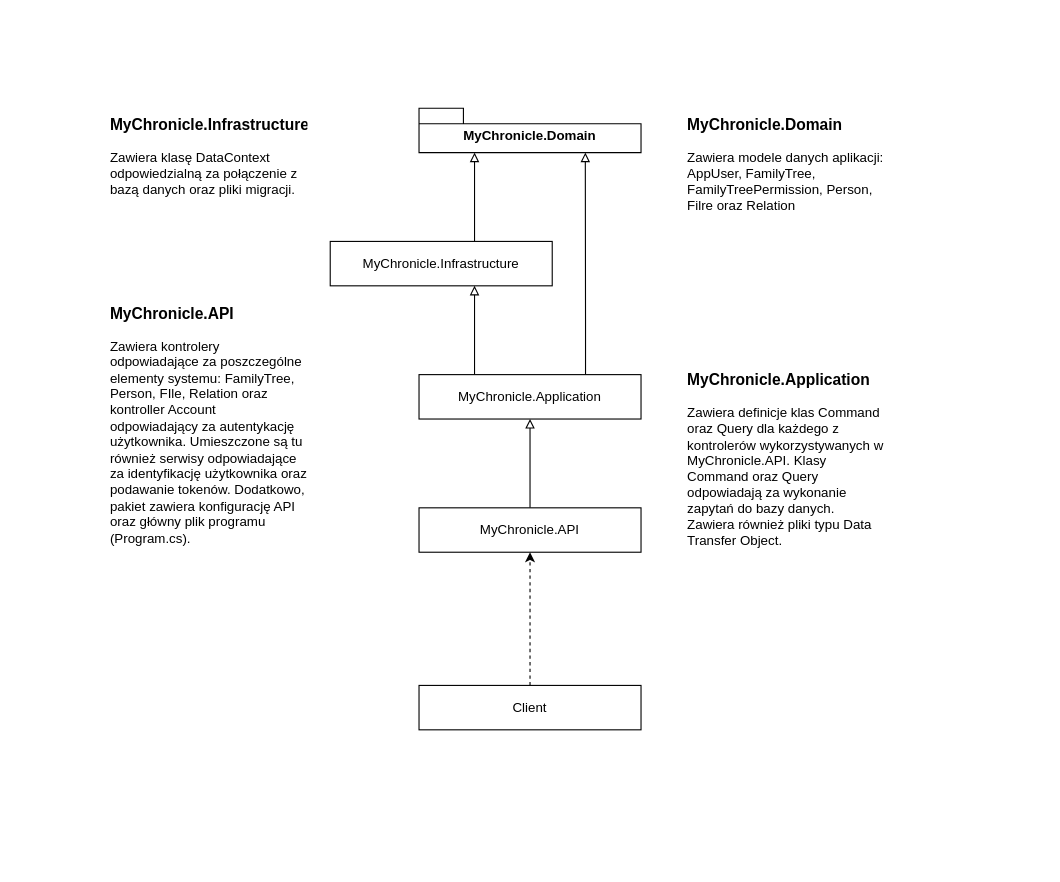
karo-fox/draw-io-diagrams keeps this draw.io diagram as MyChronicleAppDiagram.drawio. Above is the earlier version. Source tidied: cells renumbered, new cells numbered last; positions are measured from the earlier drawing's top-left corner, leaving out a move shared by most shapes. Both pictures are drawn from the tidied source at 111%, with x=0, y=0 at pixel (108, 108).
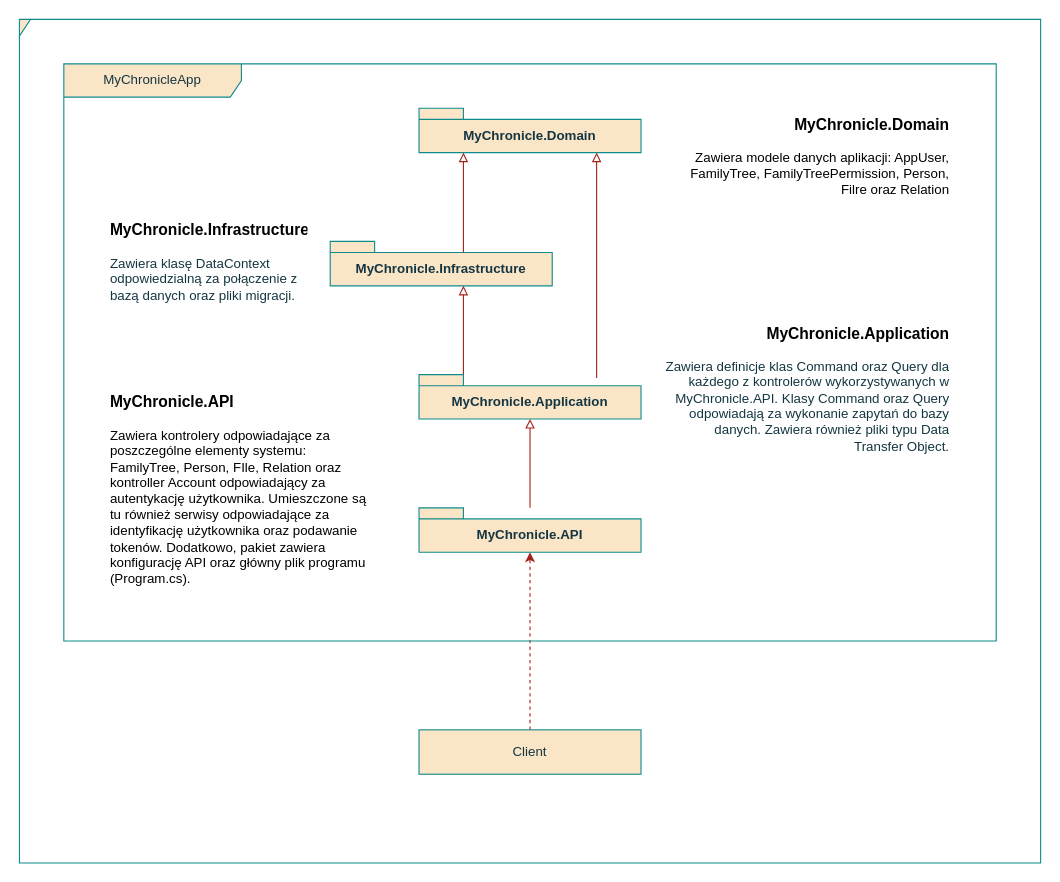
Above is the later version.

The edit, as a diff of the source:
```diff
@@
-    <mxCell id="2" style="edgeStyle=orthogonalEdgeStyle;rounded=0;jettySize=auto;html=1;endArrow=block;endFill=0;" parent="1" edge="1" source="3">
-      <mxGeometry relative="1" as="geometry">
-        <mxPoint x="330" y="40" as="targetPoint" />
-        <Array as="points">
-          <mxPoint x="330" y="90" />
-          <mxPoint x="330" y="90" />
-        </Array>
-      </mxGeometry>
-    </mxCell>
-    <mxCell id="3" value="MyChronicle.Infrastructure" style="html=1;whiteSpace=wrap;" parent="1" vertex="1">
-      <mxGeometry x="200" y="120" width="200" height="40" as="geometry" />
-    </mxCell>
-    <mxCell id="4" style="edgeStyle=orthogonalEdgeStyle;rounded=0;jettySize=auto;html=1;entryX=0.75;entryY=1;entryDx=0;entryDy=0;endArrow=block;endFill=0;" parent="1" edge="1" source="6">
-      <mxGeometry relative="1" as="geometry">
-        <mxPoint x="429.8" y="40" as="targetPoint" />
-        <Array as="points">
-          <mxPoint x="430" y="190" />
-          <mxPoint x="430" y="190" />
-        </Array>
-      </mxGeometry>
-    </mxCell>
-    <mxCell id="5" style="edgeStyle=orthogonalEdgeStyle;rounded=0;jettySize=auto;html=1;endArrow=block;endFill=0;" parent="1" edge="1" source="6" target="3">
-      <mxGeometry relative="1" as="geometry">
-        <Array as="points">
-          <mxPoint x="330" y="200" />
-          <mxPoint x="330" y="200" />
-        </Array>
-      </mxGeometry>
-    </mxCell>
-    <mxCell id="6" value="MyChronicle.Application" style="html=1;whiteSpace=wrap;" parent="1" vertex="1">
-      <mxGeometry x="280" y="240" width="200" height="40" as="geometry" />
-    </mxCell>
-    <mxCell id="7" style="edgeStyle=orthogonalEdgeStyle;rounded=0;jettySize=auto;html=1;endArrow=block;endFill=0;" parent="1" edge="1" source="8" target="6">
-      <mxGeometry relative="1" as="geometry" />
+    <mxCell id="7" style="edgeStyle=orthogonalEdgeStyle;rounded=0;jettySize=auto;html=1;endArrow=block;endFill=0;labelBackgroundColor=none;strokeColor=#A8201A;fontColor=default;" parent="1" edge="1" source="8">
+      <mxGeometry relative="1" as="geometry">
+        <mxPoint x="380" y="280" as="targetPoint" />
+      </mxGeometry>
     </mxCell>
-    <mxCell id="8" value="MyChronicle.API" style="html=1;whiteSpace=wrap;" parent="1" vertex="1">
-      <mxGeometry x="280" y="360" width="200" height="40" as="geometry" />
-    </mxCell>
-    <mxCell id="9" value="&lt;h3 style=&quot;margin-top: 0px;&quot;&gt;&lt;span style=&quot;background-color: transparent; color: light-dark(rgb(0, 0, 0), rgb(255, 255, 255));&quot;&gt;MyChronicle.Domain&lt;/span&gt;&lt;/h3&gt;&lt;div&gt;&lt;span style=&quot;background-color: transparent; color: light-dark(rgb(0, 0, 0), rgb(255, 255, 255));&quot;&gt;Zawiera modele danych aplikacji: AppUser, FamilyTree, FamilyTreePermission, Person, Filre oraz Relation&lt;/span&gt;&lt;/div&gt;" style="text;html=1;whiteSpace=wrap;overflow=hidden;rounded=0;" parent="1" vertex="1">
-      <mxGeometry x="520" width="180" height="100" as="geometry" />
+    <mxCell id="9" value="&lt;h3 style=&quot;margin-top: 0px;&quot;&gt;&lt;span style=&quot;background-color: transparent; color: light-dark(rgb(0, 0, 0), rgb(255, 255, 255));&quot;&gt;MyChronicle.Domain&lt;/span&gt;&lt;/h3&gt;&lt;div&gt;&lt;span style=&quot;background-color: transparent; color: light-dark(rgb(0, 0, 0), rgb(255, 255, 255));&quot;&gt;Zawiera modele danych aplikacji: AppUser, FamilyTree, FamilyTreePermission, Person, Filre oraz Relation&lt;/span&gt;&lt;/div&gt;" style="text;html=1;whiteSpace=wrap;overflow=hidden;rounded=0;align=right;labelBackgroundColor=none;fontColor=#143642;" parent="1" vertex="1">
+      <mxGeometry x="500" width="260" height="100" as="geometry" />
     </mxCell>
-    <mxCell id="10" value="&lt;h3 style=&quot;margin-top: 0px;&quot;&gt;&lt;span style=&quot;background-color: transparent; color: light-dark(rgb(0, 0, 0), rgb(255, 255, 255));&quot;&gt;MyChronicle.Infrastructure&lt;/span&gt;&lt;/h3&gt;&lt;div&gt;Zawiera klasę DataContext odpowiedzialną za połączenie z bazą danych oraz pliki migracji.&lt;/div&gt;" style="text;html=1;whiteSpace=wrap;overflow=hidden;rounded=0;" parent="1" vertex="1">
-      <mxGeometry width="180" height="90" as="geometry" />
+    <mxCell id="10" value="&lt;h3 style=&quot;margin-top: 0px;&quot;&gt;&lt;span style=&quot;background-color: transparent; color: light-dark(rgb(0, 0, 0), rgb(255, 255, 255));&quot;&gt;MyChronicle.Infrastructure&lt;/span&gt;&lt;/h3&gt;&lt;div&gt;Zawiera klasę DataContext odpowiedzialną za połączenie z bazą danych oraz pliki migracji.&lt;/div&gt;" style="text;html=1;whiteSpace=wrap;overflow=hidden;rounded=0;labelBackgroundColor=none;fontColor=#143642;" parent="1" vertex="1">
+      <mxGeometry y="95" width="180" height="90" as="geometry" />
     </mxCell>
-    <mxCell id="11" value="&lt;h3 style=&quot;margin-top: 0px;&quot;&gt;&lt;span style=&quot;background-color: transparent; color: light-dark(rgb(0, 0, 0), rgb(255, 255, 255));&quot;&gt;MyChronicle.Application&lt;/span&gt;&lt;/h3&gt;&lt;div&gt;Zawiera definicje klas Command oraz Query dla każdego z kontrolerów wykorzystywanych w MyChronicle.API. Klasy Command oraz Query odpowiadają za wykonanie zapytań do bazy danych. Zawiera również pliki typu Data Transfer Object.&lt;/div&gt;" style="text;html=1;whiteSpace=wrap;overflow=hidden;rounded=0;" parent="1" vertex="1">
-      <mxGeometry x="520" y="230" width="180" height="170" as="geometry" />
+    <mxCell id="11" value="&lt;h3 style=&quot;margin-top: 0px;&quot;&gt;&lt;span style=&quot;background-color: transparent; color: light-dark(rgb(0, 0, 0), rgb(255, 255, 255));&quot;&gt;MyChronicle.Application&lt;/span&gt;&lt;/h3&gt;&lt;div&gt;Zawiera definicje klas Command oraz Query dla każdego z kontrolerów wykorzystywanych w MyChronicle.API. Klasy Command oraz Query odpowiadają za wykonanie zapytań do bazy danych. Zawiera również pliki typu Data Transfer Object.&lt;/div&gt;" style="text;html=1;whiteSpace=wrap;overflow=hidden;rounded=0;align=right;labelBackgroundColor=none;fontColor=#143642;" parent="1" vertex="1">
+      <mxGeometry x="500" y="187.5" width="260" height="145" as="geometry" />
     </mxCell>
-    <mxCell id="12" value="&lt;h3 style=&quot;margin-top: 0px;&quot;&gt;&lt;span style=&quot;background-color: transparent; color: light-dark(rgb(0, 0, 0), rgb(255, 255, 255));&quot;&gt;MyChronicle.API&lt;/span&gt;&lt;/h3&gt;&lt;div&gt;&lt;span style=&quot;background-color: transparent; color: light-dark(rgb(0, 0, 0), rgb(255, 255, 255));&quot;&gt;Zawiera kontrolery odpowiadające za poszczególne elementy systemu: FamilyTree, Person, FIle, Relation oraz kontroller Account odpowiadający za autentykację użytkownika. Umieszczone są tu również serwisy odpowiadające za identyfikację użytkownika oraz podawanie tokenów. Dodatkowo, pakiet zawiera konfigurację API oraz główny plik programu (Program.cs).&lt;/span&gt;&lt;/div&gt;" style="text;html=1;whiteSpace=wrap;overflow=hidden;rounded=0;" parent="1" vertex="1">
-      <mxGeometry y="170" width="180" height="230" as="geometry" />
+    <mxCell id="12" value="&lt;h3 style=&quot;margin-top: 0px;&quot;&gt;&lt;span style=&quot;background-color: transparent; color: light-dark(rgb(0, 0, 0), rgb(255, 255, 255));&quot;&gt;MyChronicle.API&lt;/span&gt;&lt;/h3&gt;&lt;div&gt;&lt;span style=&quot;background-color: transparent; color: light-dark(rgb(0, 0, 0), rgb(255, 255, 255));&quot;&gt;Zawiera kontrolery odpowiadające za poszczególne elementy systemu: FamilyTree, Person, FIle, Relation oraz kontroller Account odpowiadający za autentykację użytkownika. Umieszczone są tu również serwisy odpowiadające za identyfikację użytkownika oraz podawanie tokenów. Dodatkowo, pakiet zawiera konfigurację API oraz główny plik programu (Program.cs).&lt;/span&gt;&lt;/div&gt;" style="text;html=1;whiteSpace=wrap;overflow=hidden;rounded=0;labelBackgroundColor=none;fontColor=#143642;" parent="1" vertex="1">
+      <mxGeometry y="250" width="240" height="190" as="geometry" />
     </mxCell>
-    <mxCell id="13" style="edgeStyle=orthogonalEdgeStyle;rounded=0;jettySize=auto;html=1;entryX=0.5;entryY=1;entryDx=0;entryDy=0;dashed=1;" parent="1" edge="1" source="14" target="8">
-      <mxGeometry relative="1" as="geometry" />
+    <mxCell id="13" style="edgeStyle=orthogonalEdgeStyle;rounded=0;jettySize=auto;html=1;entryX=0.5;entryY=1;entryDx=0;entryDy=0;dashed=1;labelBackgroundColor=none;strokeColor=#A8201A;fontColor=default;" parent="1" edge="1" source="14">
+      <mxGeometry relative="1" as="geometry">
+        <mxPoint x="380" y="400" as="targetPoint" />
+      </mxGeometry>
     </mxCell>
-    <mxCell id="14" value="Client" style="html=1;whiteSpace=wrap;" parent="1" vertex="1">
-      <mxGeometry x="280" y="520" width="200" height="40" as="geometry" />
+    <mxCell id="14" value="Client" style="html=1;whiteSpace=wrap;labelBackgroundColor=none;fillColor=#FAE5C7;strokeColor=#0F8B8D;fontColor=#143642;" parent="1" vertex="1">
+      <mxGeometry x="280" y="560" width="200" height="40" as="geometry" />
     </mxCell>
-    <mxCell id="15" value="MyChronicle.Domain" style="shape=folder;fontStyle=1;spacingTop=10;tabWidth=40;tabHeight=14;tabPosition=left;html=1;whiteSpace=wrap;" parent="1" vertex="1">
+    <mxCell id="15" value="MyChronicle.Domain" style="shape=folder;fontStyle=1;spacingTop=10;tabWidth=40;tabHeight=10;tabPosition=left;html=1;whiteSpace=wrap;labelBackgroundColor=none;fillColor=#FAE5C7;strokeColor=#0F8B8D;fontColor=#143642;" parent="1" vertex="1">
       <mxGeometry x="280" width="200" height="40" as="geometry" />
     </mxCell>
+    <mxCell id="3" value="MyChronicle.Infrastructure" style="shape=folder;fontStyle=1;spacingTop=10;tabWidth=40;tabHeight=10;tabPosition=left;html=1;whiteSpace=wrap;labelBackgroundColor=none;fillColor=#FAE5C7;strokeColor=#0F8B8D;fontColor=#143642;" parent="1" vertex="1">
+      <mxGeometry x="200" y="120" width="200" height="40" as="geometry" />
+    </mxCell>
+    <mxCell id="16" style="edgeStyle=orthogonalEdgeStyle;rounded=0;jettySize=auto;html=1;endArrow=block;endFill=0;entryX=0.2;entryY=1;entryDx=0;entryDy=0;entryPerimeter=0;exitX=0;exitY=0;exitDx=120;exitDy=10;exitPerimeter=0;labelBackgroundColor=none;strokeColor=#A8201A;fontColor=default;" parent="1" edge="1" source="3" target="15">
+      <mxGeometry relative="1" as="geometry">
+        <Array as="points">
+          <mxPoint x="320" y="80" />
+          <mxPoint x="320" y="80" />
+        </Array>
+      </mxGeometry>
+    </mxCell>
+    <mxCell id="5" style="edgeStyle=orthogonalEdgeStyle;rounded=0;jettySize=auto;html=1;endArrow=block;endFill=0;labelBackgroundColor=none;strokeColor=#A8201A;fontColor=default;" parent="1" edge="1" source="6" target="3">
+      <mxGeometry relative="1" as="geometry">
+        <Array as="points">
+          <mxPoint x="320" y="180" />
+          <mxPoint x="320" y="180" />
+        </Array>
+      </mxGeometry>
+    </mxCell>
+    <mxCell id="6" value="MyChronicle.Application" style="shape=folder;fontStyle=1;spacingTop=10;tabWidth=40;tabHeight=10;tabPosition=left;html=1;whiteSpace=wrap;labelBackgroundColor=none;fillColor=#FAE5C7;strokeColor=#0F8B8D;fontColor=#143642;" parent="1" vertex="1">
+      <mxGeometry x="280" y="240" width="200" height="40" as="geometry" />
+    </mxCell>
+    <mxCell id="17" style="edgeStyle=orthogonalEdgeStyle;rounded=0;orthogonalLoop=1;jettySize=auto;html=1;entryX=0.8;entryY=0.925;entryDx=0;entryDy=0;entryPerimeter=0;endArrow=block;endFill=0;labelBackgroundColor=none;strokeColor=#A8201A;fontColor=default;" parent="1" edge="1">
+      <mxGeometry relative="1" as="geometry">
+        <mxPoint x="440" y="243" as="sourcePoint" />
+        <mxPoint x="440" y="40" as="targetPoint" />
+        <Array as="points">
+          <mxPoint x="440" y="183" />
+          <mxPoint x="440" y="183" />
+        </Array>
+      </mxGeometry>
+    </mxCell>
+    <mxCell id="8" value="MyChronicle.API" style="shape=folder;fontStyle=1;spacingTop=10;tabWidth=40;tabHeight=10;tabPosition=left;html=1;whiteSpace=wrap;labelBackgroundColor=none;fillColor=#FAE5C7;strokeColor=#0F8B8D;fontColor=#143642;" parent="1" vertex="1">
+      <mxGeometry x="280" y="360" width="200" height="40" as="geometry" />
+    </mxCell>
+    <mxCell id="18" value="MyChronicleApp" style="shape=umlFrame;whiteSpace=wrap;html=1;width=160;height=30;labelBackgroundColor=none;fillColor=#FAE5C7;strokeColor=#0F8B8D;fontColor=#143642;" parent="1" vertex="1">
+      <mxGeometry x="-40" y="-40" width="840" height="520" as="geometry" />
+    </mxCell>
+    <mxCell id="19" style="shape=umlFrame;whiteSpace=wrap;html=1;width=10;height=15;labelBackgroundColor=none;fillColor=#FAE5C7;strokeColor=#0F8B8D;fontColor=#143642;" parent="1" vertex="1">
+      <mxGeometry x="-80" y="-80" width="920" height="760" as="geometry" />
+    </mxCell>
```
